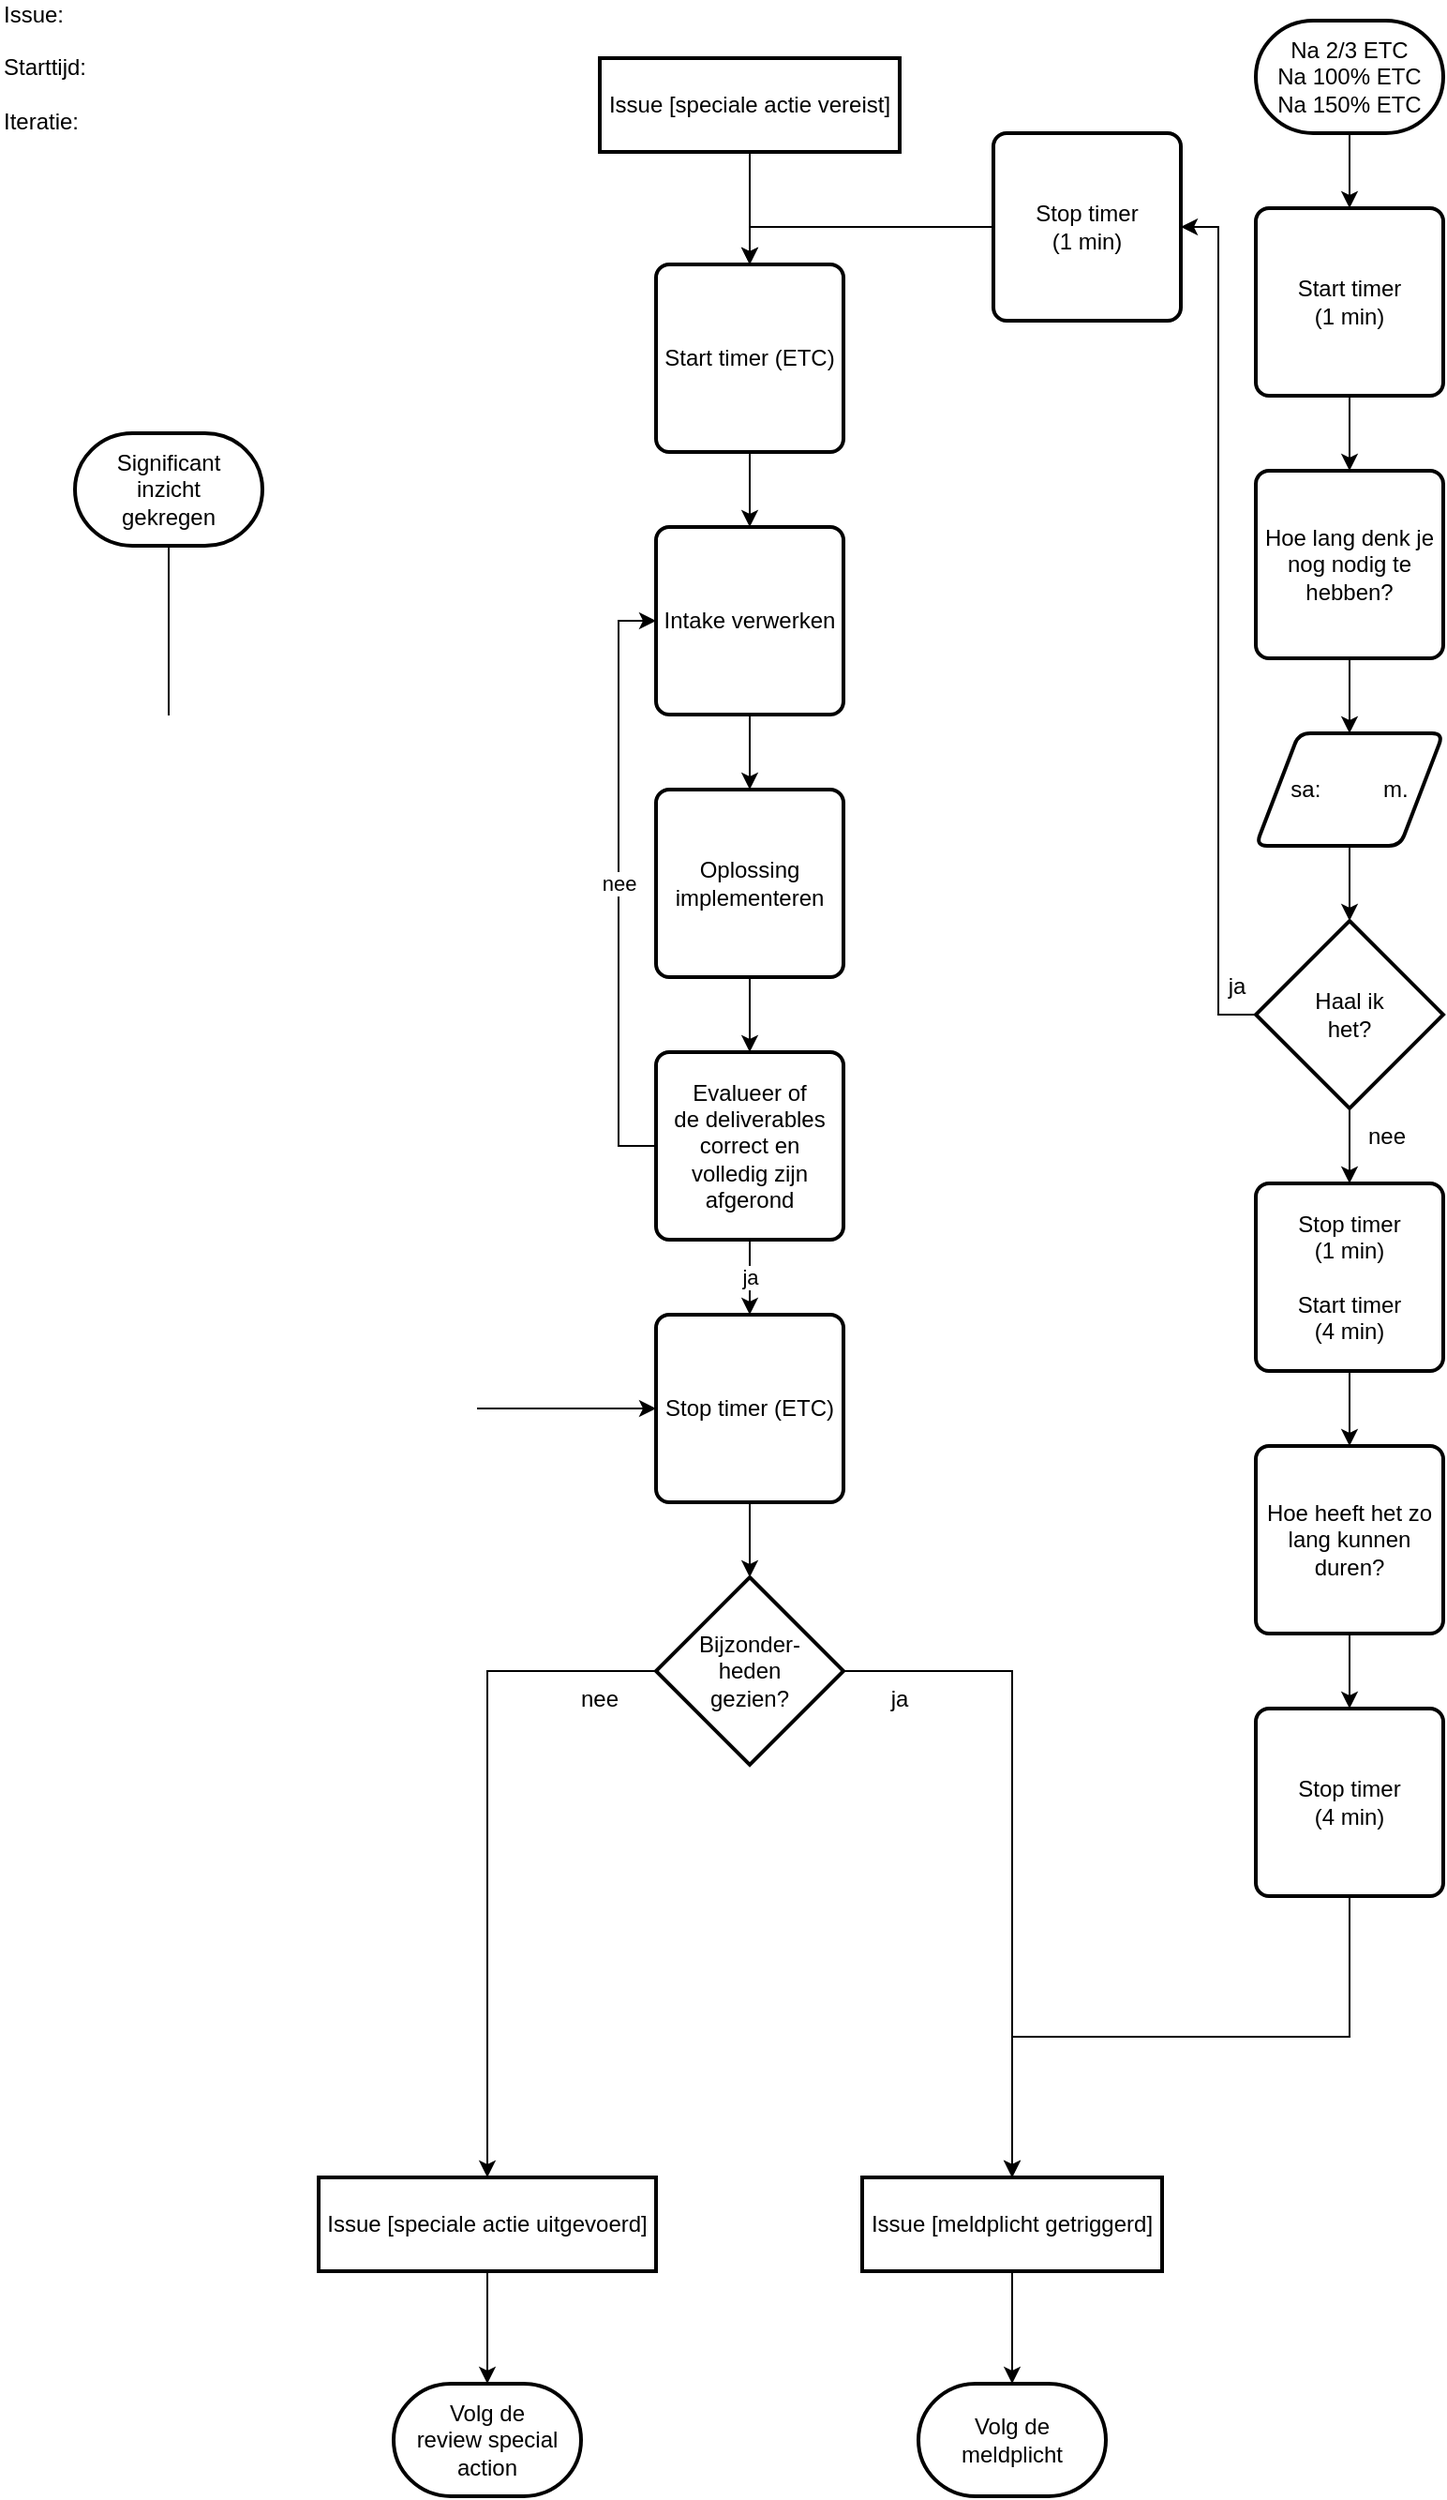
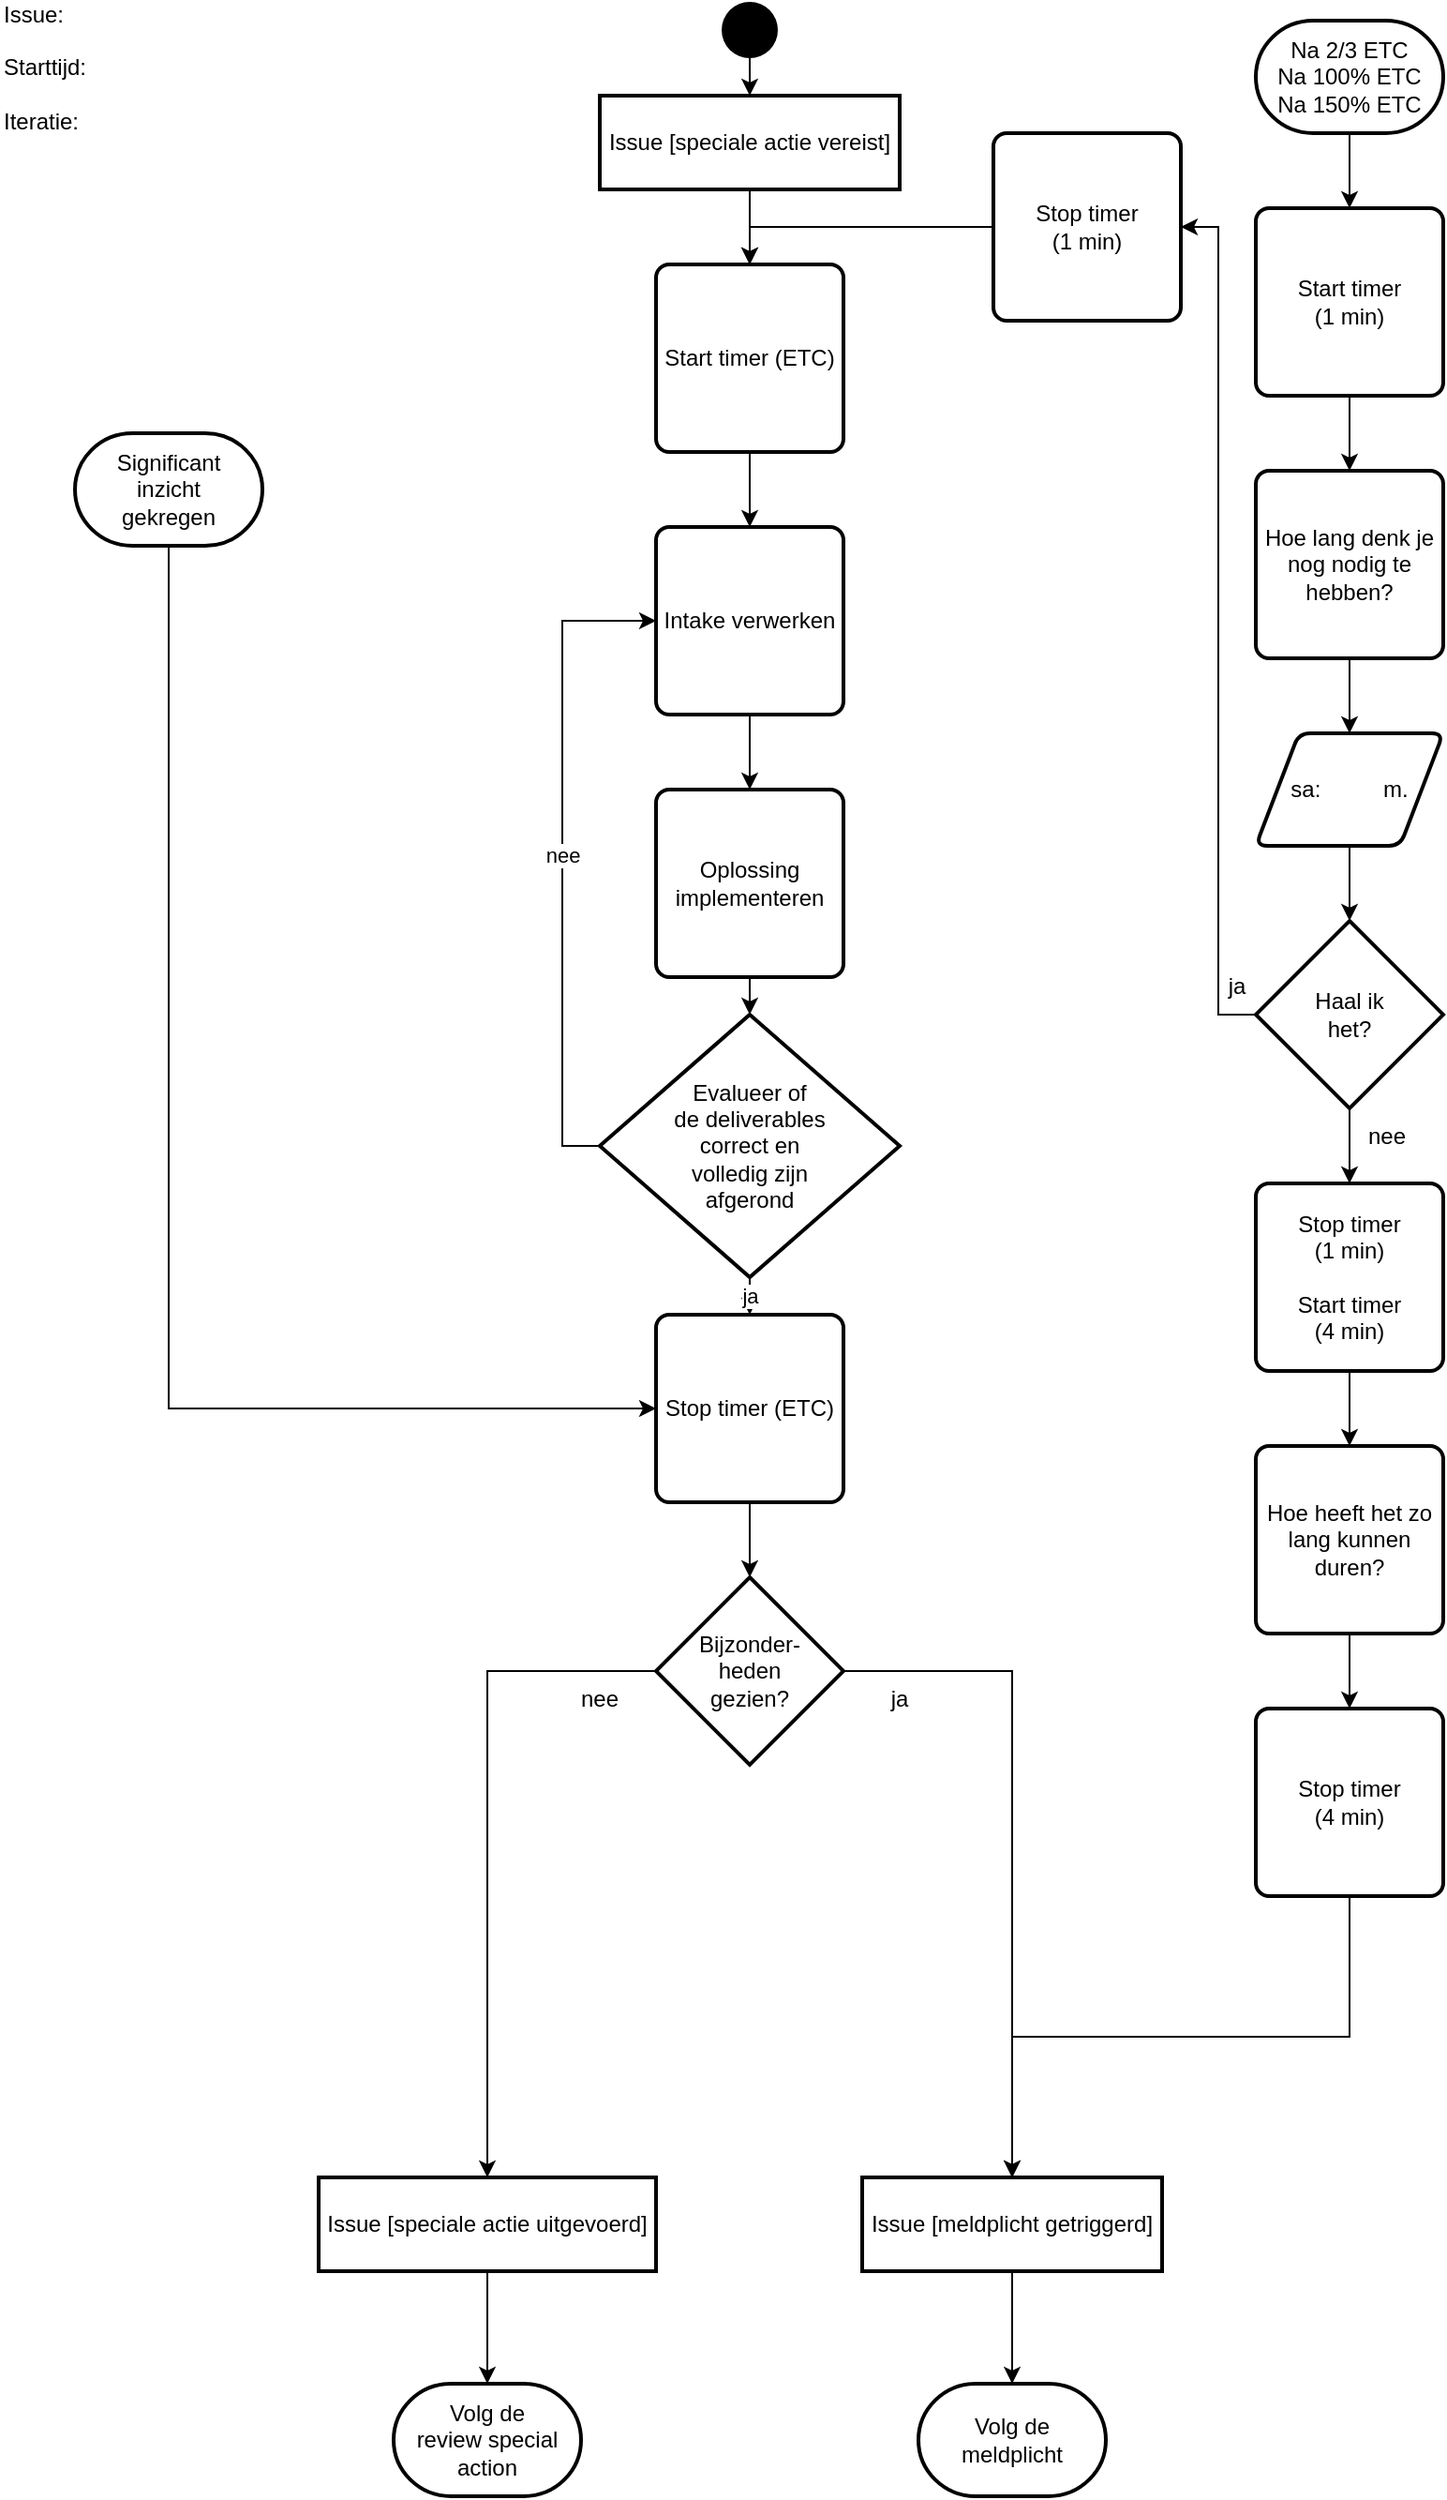
<mxfile host="Electron" agent="Mozilla/5.0 (Windows NT 10.0; Win64; x64) AppleWebKit/537.36 (KHTML, like Gecko) Chrome/144.0.0.0 Safari/537.36">
  <diagram id="07OOntIJGdpVT2ztIRAI" name="Page-1">
-     <mxGraphModel dx="842" dy="576" grid="1" gridSize="10" guides="1" tooltips="1" connect="1" arrows="1" fold="1" page="1" pageScale="1" pageWidth="827" pageHeight="1169" math="0" shadow="0">
+     <mxGraphModel dx="1991" dy="1362" grid="1" gridSize="10" guides="1" tooltips="1" connect="1" arrows="1" fold="1" page="1" pageScale="1" pageWidth="827" pageHeight="1169" math="0" shadow="0">
      <root>
        <mxCell id="0" />
        <mxCell id="1" parent="0" />
+         <mxCell id="initialNode_special_action" parent="1" style="ellipse;html=1;fillColor=#000000;strokeColor=none;" vertex="1">
+           <mxGeometry height="30" width="30" x="405" y="10" as="geometry" />
+         </mxCell>
+         <mxCell id="edge_initial_to_special_action" edge="1" parent="1" source="initialNode_special_action" style="edgeStyle=orthogonalEdgeStyle;rounded=0;orthogonalLoop=1;jettySize=auto;html=1;" target="XW0wcN74f80sgvNGL5Xo-2" value="">
+           <mxGeometry relative="1" as="geometry" />
+         </mxCell>
        <mxCell id="XW0wcN74f80sgvNGL5Xo-1" edge="1" parent="1" source="XW0wcN74f80sgvNGL5Xo-2" style="edgeStyle=orthogonalEdgeStyle;rounded=0;orthogonalLoop=1;jettySize=auto;html=1;" target="XW0wcN74f80sgvNGL5Xo-35" value="">
          <mxGeometry relative="1" as="geometry" />
        </mxCell>
        <object label="Issue [speciale actie vereist]" Action="1101" id="XW0wcN74f80sgvNGL5Xo-2">
          <mxCell parent="1" style="rounded=0;whiteSpace=wrap;html=1;strokeWidth=2;" vertex="1">
-             <mxGeometry height="50" width="160" x="340" y="40" as="geometry" />
+             <mxGeometry height="50" width="160" x="340" y="60" as="geometry" />
          </mxCell>
        </object>
        <mxCell id="XW0wcN74f80sgvNGL5Xo-3" edge="1" parent="1" source="XW0wcN74f80sgvNGL5Xo-4" style="edgeStyle=orthogonalEdgeStyle;rounded=0;orthogonalLoop=1;jettySize=auto;html=1;" target="XW0wcN74f80sgvNGL5Xo-37" value="ja">
          <mxGeometry relative="1" as="geometry" />
        </mxCell>
        <mxCell id="XW0wcN74f80sgvNGL5Xo-4_nee" edge="1" parent="1" source="XW0wcN74f80sgvNGL5Xo-4" style="edgeStyle=orthogonalEdgeStyle;rounded=0;orthogonalLoop=1;jettySize=auto;html=1;exitX=0;exitY=0.5;exitDx=0;exitDy=0;entryX=0;entryY=0.5;entryDx=0;entryDy=0;" target="XW0wcN74f80sgvNGL5Xo-28" value="nee">
          <mxGeometry relative="1" as="geometry" />
        </mxCell>
        <object label="Evalueer of&lt;br&gt;de deliverables&lt;br&gt;correct en&lt;br&gt;volledig zijn&lt;br&gt;afgerond" Action="1105" id="XW0wcN74f80sgvNGL5Xo-4">
-           <mxCell parent="1" style="rounded=1;whiteSpace=wrap;html=1;absoluteArcSize=1;arcSize=14;strokeWidth=2;" vertex="1">
-             <mxGeometry height="100" width="100" x="370" y="570" as="geometry" />
+           <mxCell parent="1" style="strokeWidth=2;html=1;shape=mxgraph.flowchart.decision;whiteSpace=wrap;" vertex="1">
+             <mxGeometry height="140" width="160" x="340" y="550" as="geometry" />
          </mxCell>
        </object>
        <object label="Volg de&lt;br&gt;review special action" Action="1107F" id="XW0wcN74f80sgvNGL5Xo-5">
          <mxCell parent="1" style="strokeWidth=2;html=1;shape=mxgraph.flowchart.terminator;whiteSpace=wrap;" vertex="1">
            <mxGeometry height="60" width="100" x="230" y="1280" as="geometry" />
          </mxCell>
        </object>
        <mxCell id="XW0wcN74f80sgvNGL5Xo-6" edge="1" parent="1" source="XW0wcN74f80sgvNGL5Xo-7" style="edgeStyle=orthogonalEdgeStyle;rounded=0;orthogonalLoop=1;jettySize=auto;html=1;exitX=0.5;exitY=1;exitDx=0;exitDy=0;exitPerimeter=0;entryX=0;entryY=0.5;entryDx=0;entryDy=0;" target="XW0wcN74f80sgvNGL5Xo-37">
          <mxGeometry relative="1" as="geometry" />
        </mxCell>
        <object label="Significant&lt;br&gt;inzicht&lt;br&gt;gekregen" Action="1115" id="XW0wcN74f80sgvNGL5Xo-7">
          <mxCell parent="1" style="strokeWidth=2;html=1;shape=mxgraph.flowchart.terminator;whiteSpace=wrap;" vertex="1">
            <mxGeometry height="60" width="100" x="60" y="240" as="geometry" />
          </mxCell>
        </object>
        <mxCell id="XW0wcN74f80sgvNGL5Xo-8" edge="1" parent="1" source="XW0wcN74f80sgvNGL5Xo-9" style="edgeStyle=orthogonalEdgeStyle;rounded=0;orthogonalLoop=1;jettySize=auto;html=1;" target="XW0wcN74f80sgvNGL5Xo-11" value="">
          <mxGeometry relative="1" as="geometry" />
        </mxCell>
        <object label="Na 2/3 ETC&lt;br&gt;Na 100% ETC&lt;br&gt;Na 150% ETC" Action="1108" id="XW0wcN74f80sgvNGL5Xo-9">
          <mxCell parent="1" style="strokeWidth=2;html=1;shape=mxgraph.flowchart.terminator;whiteSpace=wrap;" vertex="1">
            <mxGeometry height="60" width="100" x="690" y="20" as="geometry" />
          </mxCell>
        </object>
        <mxCell id="XW0wcN74f80sgvNGL5Xo-10" edge="1" parent="1" source="XW0wcN74f80sgvNGL5Xo-11" style="edgeStyle=orthogonalEdgeStyle;rounded=0;orthogonalLoop=1;jettySize=auto;html=1;" target="XW0wcN74f80sgvNGL5Xo-13" value="">
          <mxGeometry relative="1" as="geometry" />
        </mxCell>
        <object label="Start timer&lt;br&gt;(1 min)" Action="1109" id="XW0wcN74f80sgvNGL5Xo-11">
          <mxCell parent="1" style="rounded=1;whiteSpace=wrap;html=1;absoluteArcSize=1;arcSize=14;strokeWidth=2;" vertex="1">
            <mxGeometry height="100" width="100" x="690" y="120" as="geometry" />
          </mxCell>
        </object>
        <mxCell id="XW0wcN74f80sgvNGL5Xo-12" edge="1" parent="1" source="XW0wcN74f80sgvNGL5Xo-13" style="edgeStyle=orthogonalEdgeStyle;rounded=0;orthogonalLoop=1;jettySize=auto;html=1;" target="XW0wcN74f80sgvNGL5Xo-30" value="">
          <mxGeometry relative="1" as="geometry" />
        </mxCell>
        <object label="Hoe lang denk je nog nodig te hebben?" Action="1110" id="XW0wcN74f80sgvNGL5Xo-13">
          <mxCell parent="1" style="rounded=1;whiteSpace=wrap;html=1;absoluteArcSize=1;arcSize=14;strokeWidth=2;" vertex="1">
            <mxGeometry height="100" width="100" x="690" y="260" as="geometry" />
          </mxCell>
        </object>
        <mxCell id="XW0wcN74f80sgvNGL5Xo-14" edge="1" parent="1" source="XW0wcN74f80sgvNGL5Xo-16" style="edgeStyle=orthogonalEdgeStyle;rounded=0;orthogonalLoop=1;jettySize=auto;html=1;exitX=0;exitY=0.5;exitDx=0;exitDy=0;exitPerimeter=0;entryX=1;entryY=0.5;entryDx=0;entryDy=0;" target="XW0wcN74f80sgvNGL5Xo-18">
          <mxGeometry relative="1" as="geometry" />
        </mxCell>
        <mxCell id="XW0wcN74f80sgvNGL5Xo-15" edge="1" parent="1" source="XW0wcN74f80sgvNGL5Xo-16" style="edgeStyle=orthogonalEdgeStyle;rounded=0;orthogonalLoop=1;jettySize=auto;html=1;exitX=0.5;exitY=1;exitDx=0;exitDy=0;exitPerimeter=0;entryX=0.5;entryY=0;entryDx=0;entryDy=0;" target="XW0wcN74f80sgvNGL5Xo-22">
          <mxGeometry relative="1" as="geometry" />
        </mxCell>
        <object label="Haal ik&lt;br&gt;het?" Action="1112" id="XW0wcN74f80sgvNGL5Xo-16">
          <mxCell parent="1" style="strokeWidth=2;html=1;shape=mxgraph.flowchart.decision;whiteSpace=wrap;" vertex="1">
            <mxGeometry height="100" width="100" x="690" y="500" as="geometry" />
          </mxCell>
        </object>
        <mxCell id="XW0wcN74f80sgvNGL5Xo-17" edge="1" parent="1" source="XW0wcN74f80sgvNGL5Xo-18" style="edgeStyle=orthogonalEdgeStyle;rounded=0;orthogonalLoop=1;jettySize=auto;html=1;exitX=0;exitY=0.5;exitDx=0;exitDy=0;entryX=0.5;entryY=0;entryDx=0;entryDy=0;" target="XW0wcN74f80sgvNGL5Xo-35">
          <mxGeometry relative="1" as="geometry" />
        </mxCell>
        <object label="Stop timer&lt;br&gt;(1 min)" Action="1112T" id="XW0wcN74f80sgvNGL5Xo-18">
          <mxCell parent="1" style="rounded=1;whiteSpace=wrap;html=1;absoluteArcSize=1;arcSize=14;strokeWidth=2;" vertex="1">
            <mxGeometry height="100" width="100" x="550" y="80" as="geometry" />
          </mxCell>
        </object>
        <mxCell id="XW0wcN74f80sgvNGL5Xo-19" parent="1" style="text;html=1;whiteSpace=wrap;strokeColor=none;fillColor=none;align=center;verticalAlign=middle;rounded=0;" value="ja" vertex="1">
          <mxGeometry height="30" width="60" x="650" y="520" as="geometry" />
        </mxCell>
        <mxCell id="XW0wcN74f80sgvNGL5Xo-20" parent="1" style="text;html=1;whiteSpace=wrap;strokeColor=none;fillColor=none;align=center;verticalAlign=middle;rounded=0;" value="nee" vertex="1">
          <mxGeometry height="30" width="60" x="730" y="600" as="geometry" />
        </mxCell>
        <mxCell id="XW0wcN74f80sgvNGL5Xo-21" edge="1" parent="1" source="XW0wcN74f80sgvNGL5Xo-22" style="edgeStyle=orthogonalEdgeStyle;rounded=0;orthogonalLoop=1;jettySize=auto;html=1;" target="XW0wcN74f80sgvNGL5Xo-24" value="">
          <mxGeometry relative="1" as="geometry" />
        </mxCell>
        <object label="Stop timer&lt;br&gt;(1 min)&lt;br&gt;&lt;br&gt;Start timer&lt;br&gt;(4 min)" Action="1112F" id="XW0wcN74f80sgvNGL5Xo-22">
          <mxCell parent="1" style="rounded=1;whiteSpace=wrap;html=1;absoluteArcSize=1;arcSize=14;strokeWidth=2;" vertex="1">
            <mxGeometry height="100" width="100" x="690" y="640" as="geometry" />
          </mxCell>
        </object>
        <mxCell id="XW0wcN74f80sgvNGL5Xo-23" edge="1" parent="1" source="XW0wcN74f80sgvNGL5Xo-24" style="edgeStyle=orthogonalEdgeStyle;rounded=0;orthogonalLoop=1;jettySize=auto;html=1;" target="XW0wcN74f80sgvNGL5Xo-32" value="">
          <mxGeometry relative="1" as="geometry" />
        </mxCell>
        <object label="Hoe heeft het zo lang kunnen duren?" Action="1113" id="XW0wcN74f80sgvNGL5Xo-24">
          <mxCell parent="1" style="rounded=1;whiteSpace=wrap;html=1;absoluteArcSize=1;arcSize=14;strokeWidth=2;" vertex="1">
            <mxGeometry height="100" width="100" x="690" y="780" as="geometry" />
          </mxCell>
        </object>
        <mxCell id="XW0wcN74f80sgvNGL5Xo-25" edge="1" parent="1" source="XW0wcN74f80sgvNGL5Xo-26" style="edgeStyle=orthogonalEdgeStyle;rounded=0;orthogonalLoop=1;jettySize=auto;html=1;exitX=0.5;exitY=1;exitDx=0;exitDy=0;entryX=0.5;entryY=0;entryDx=0;entryDy=0;" target="XW0wcN74f80sgvNGL5Xo-4">
          <mxGeometry relative="1" as="geometry" />
        </mxCell>
        <object label="Oplossing implementeren" Action="1104" id="XW0wcN74f80sgvNGL5Xo-26">
          <mxCell parent="1" style="rounded=1;whiteSpace=wrap;html=1;absoluteArcSize=1;arcSize=14;strokeWidth=2;" vertex="1">
            <mxGeometry height="100" width="100" x="370" y="430" as="geometry" />
          </mxCell>
        </object>
        <mxCell id="XW0wcN74f80sgvNGL5Xo-27" edge="1" parent="1" source="XW0wcN74f80sgvNGL5Xo-28" style="edgeStyle=orthogonalEdgeStyle;rounded=0;orthogonalLoop=1;jettySize=auto;html=1;exitX=0.5;exitY=1;exitDx=0;exitDy=0;entryX=0.5;entryY=0;entryDx=0;entryDy=0;" target="XW0wcN74f80sgvNGL5Xo-26">
          <mxGeometry relative="1" as="geometry" />
        </mxCell>
        <object label="Intake verwerken" Action="1103" id="XW0wcN74f80sgvNGL5Xo-28">
          <mxCell parent="1" style="rounded=1;whiteSpace=wrap;html=1;absoluteArcSize=1;arcSize=14;strokeWidth=2;" vertex="1">
            <mxGeometry height="100" width="100" x="370" y="290" as="geometry" />
          </mxCell>
        </object>
        <mxCell id="XW0wcN74f80sgvNGL5Xo-29" parent="1" style="text;html=1;align=left;verticalAlign=middle;whiteSpace=wrap;rounded=0;" value="Issue:&amp;nbsp; &amp;nbsp;&lt;br&gt;&lt;br&gt;Starttijd:&lt;br&gt;&lt;br&gt;Iteratie:&amp;nbsp;" vertex="1">
          <mxGeometry height="30" width="60" x="20" y="30" as="geometry" />
        </mxCell>
        <object label="sa:&amp;nbsp; &amp;nbsp; &amp;nbsp; &amp;nbsp; &amp;nbsp; m." Action="1111" id="XW0wcN74f80sgvNGL5Xo-30">
          <mxCell parent="1" style="shape=parallelogram;html=1;strokeWidth=2;perimeter=parallelogramPerimeter;whiteSpace=wrap;rounded=1;arcSize=12;size=0.23;" vertex="1">
            <mxGeometry height="60" width="100" x="690" y="400" as="geometry" />
          </mxCell>
        </object>
        <mxCell id="XW0wcN74f80sgvNGL5Xo-31" edge="1" parent="1" source="XW0wcN74f80sgvNGL5Xo-30" style="edgeStyle=orthogonalEdgeStyle;rounded=0;orthogonalLoop=1;jettySize=auto;html=1;exitX=0.5;exitY=1;exitDx=0;exitDy=0;entryX=0.5;entryY=0;entryDx=0;entryDy=0;entryPerimeter=0;" target="XW0wcN74f80sgvNGL5Xo-16">
          <mxGeometry relative="1" as="geometry" />
        </mxCell>
        <object label="Stop timer&lt;br&gt;(4 min)" Action="1114" id="XW0wcN74f80sgvNGL5Xo-32">
          <mxCell parent="1" style="rounded=1;whiteSpace=wrap;html=1;absoluteArcSize=1;arcSize=14;strokeWidth=2;" vertex="1">
            <mxGeometry height="100" width="100" x="690" y="920" as="geometry" />
          </mxCell>
        </object>
        <mxCell id="XW0wcN74f80sgvNGL5Xo-34" edge="1" parent="1" source="XW0wcN74f80sgvNGL5Xo-35" style="edgeStyle=orthogonalEdgeStyle;rounded=0;orthogonalLoop=1;jettySize=auto;html=1;" target="XW0wcN74f80sgvNGL5Xo-28" value="">
          <mxGeometry relative="1" as="geometry" />
        </mxCell>
        <object label="&lt;font&gt;Start timer (ETC)&lt;/font&gt;" Action="1102" id="XW0wcN74f80sgvNGL5Xo-35">
          <mxCell parent="1" style="rounded=1;whiteSpace=wrap;html=1;absoluteArcSize=1;arcSize=14;strokeWidth=2;" vertex="1">
            <mxGeometry height="100" width="100" x="370" y="150" as="geometry" />
          </mxCell>
        </object>
        <mxCell id="XW0wcN74f80sgvNGL5Xo-36" edge="1" parent="1" source="XW0wcN74f80sgvNGL5Xo-37" style="edgeStyle=orthogonalEdgeStyle;rounded=0;orthogonalLoop=1;jettySize=auto;html=1;" target="XW0wcN74f80sgvNGL5Xo-39" value="">
          <mxGeometry relative="1" as="geometry" />
        </mxCell>
        <object label="Stop timer (ETC)" Action="1106" id="XW0wcN74f80sgvNGL5Xo-37">
          <mxCell parent="1" style="rounded=1;whiteSpace=wrap;html=1;absoluteArcSize=1;arcSize=14;strokeWidth=2;" vertex="1">
            <mxGeometry height="100" width="100" x="370" y="710" as="geometry" />
          </mxCell>
        </object>
        <object label="Volg de&lt;br&gt;meldplicht" Action="1107T" id="XW0wcN74f80sgvNGL5Xo-38">
          <mxCell parent="1" style="strokeWidth=2;html=1;shape=mxgraph.flowchart.terminator;whiteSpace=wrap;" vertex="1">
            <mxGeometry height="60" width="100" x="510" y="1280" as="geometry" />
          </mxCell>
        </object>
        <object label="Bijzonder-&lt;br&gt;heden&lt;br&gt;gezien?" Action="1107" id="XW0wcN74f80sgvNGL5Xo-39">
          <mxCell parent="1" style="strokeWidth=2;html=1;shape=mxgraph.flowchart.decision;whiteSpace=wrap;" vertex="1">
            <mxGeometry height="100" width="100" x="370" y="850" as="geometry" />
          </mxCell>
        </object>
        <mxCell id="XW0wcN74f80sgvNGL5Xo-40" parent="1" style="text;html=1;whiteSpace=wrap;strokeColor=none;fillColor=none;align=center;verticalAlign=middle;rounded=0;" value="nee" vertex="1">
          <mxGeometry height="30" width="60" x="310" y="900" as="geometry" />
        </mxCell>
        <mxCell id="XW0wcN74f80sgvNGL5Xo-41" parent="1" style="text;html=1;whiteSpace=wrap;strokeColor=none;fillColor=none;align=center;verticalAlign=middle;rounded=0;" value="ja" vertex="1">
          <mxGeometry height="30" width="60" x="470" y="900" as="geometry" />
        </mxCell>
        <mxCell id="XW0wcN74f80sgvNGL5Xo-42" edge="1" parent="1" source="XW0wcN74f80sgvNGL5Xo-32" style="edgeStyle=orthogonalEdgeStyle;rounded=0;orthogonalLoop=1;jettySize=auto;html=1;exitX=0.5;exitY=1;exitDx=0;exitDy=0;entryX=0.5;entryY=0;entryDx=0;entryDy=0;" target="object_special_action_meldplicht">
          <mxGeometry relative="1" as="geometry" />
        </mxCell>
        <mxCell id="XW0wcN74f80sgvNGL5Xo-43" edge="1" parent="1" source="XW0wcN74f80sgvNGL5Xo-39" style="edgeStyle=orthogonalEdgeStyle;rounded=0;orthogonalLoop=1;jettySize=auto;html=1;exitX=1;exitY=0.5;exitDx=0;exitDy=0;exitPerimeter=0;entryX=0.5;entryY=0;entryDx=0;entryDy=0;" target="object_special_action_meldplicht">
          <mxGeometry relative="1" as="geometry" />
        </mxCell>
        <mxCell id="XW0wcN74f80sgvNGL5Xo-44" edge="1" parent="1" source="XW0wcN74f80sgvNGL5Xo-39" style="edgeStyle=orthogonalEdgeStyle;rounded=0;orthogonalLoop=1;jettySize=auto;html=1;exitX=0;exitY=0.5;exitDx=0;exitDy=0;exitPerimeter=0;entryX=0.5;entryY=0;entryDx=0;entryDy=0;" target="object_special_action_voltooid">
          <mxGeometry relative="1" as="geometry" />
        </mxCell>
        <object label="Issue [speciale actie uitgevoerd]" id="object_special_action_voltooid">
          <mxCell parent="1" style="rounded=0;whiteSpace=wrap;html=1;strokeWidth=2;" vertex="1">
            <mxGeometry height="50" width="180" x="190" y="1170" as="geometry" />
          </mxCell>
        </object>
        <mxCell id="edge_special_action_voltooid_to_terminator" edge="1" parent="1" source="object_special_action_voltooid" style="edgeStyle=orthogonalEdgeStyle;rounded=0;orthogonalLoop=1;jettySize=auto;html=1;" target="XW0wcN74f80sgvNGL5Xo-5" value="">
          <mxGeometry relative="1" as="geometry" />
        </mxCell>
        <object label="Issue [meldplicht getriggerd]" id="object_special_action_meldplicht">
          <mxCell parent="1" style="rounded=0;whiteSpace=wrap;html=1;strokeWidth=2;" vertex="1">
            <mxGeometry height="50" width="160" x="480" y="1170" as="geometry" />
          </mxCell>
        </object>
        <mxCell id="edge_special_action_meldplicht_to_terminator" edge="1" parent="1" source="object_special_action_meldplicht" style="edgeStyle=orthogonalEdgeStyle;rounded=0;orthogonalLoop=1;jettySize=auto;html=1;" target="XW0wcN74f80sgvNGL5Xo-38" value="">
          <mxGeometry relative="1" as="geometry" />
        </mxCell>
      </root>
    </mxGraphModel>
  </diagram>
</mxfile>
